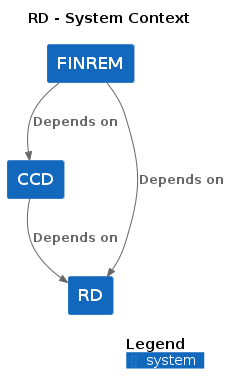
The PlantUML diagram docs/c4/rd/images/structurizr-rd-context.png in hmcts/cnp-api-docs, before a commit.
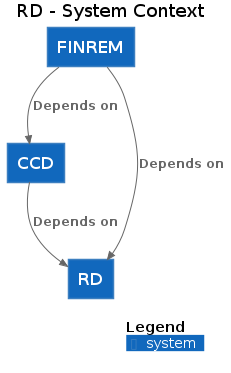
After the commit.

Change to the diagram source:
```diff
@@ -3,16 +3,16 @@
 
 top to bottom direction
 
-!include https://raw.githubusercontent.com/plantuml-stdlib/C4-PlantUML/master/C4.puml
-!include https://raw.githubusercontent.com/plantuml-stdlib/C4-PlantUML/master/C4_Context.puml
+!includeurl https://raw.githubusercontent.com/plantuml-stdlib/C4-PlantUML/master/C4.puml
+!includeurl https://raw.githubusercontent.com/plantuml-stdlib/C4-PlantUML/master/C4_Context.puml
 
-System(RD, "RD", "", $tags="")
-System(CCD, "CCD", "", $tags="")
-System(FINREM, "FINREM", "", $tags="")
+System(RD, "RD", "")
+System(CCD, "CCD", "")
+System(FINREM, "FINREM", "")
 
-Rel_D(CCD, RD, "Depends on", $tags="")
-Rel_D(FINREM, CCD, "Depends on", $tags="")
-Rel_D(FINREM, RD, "Depends on", $tags="")
+Rel_D(CCD, RD, "Depends on")
+Rel_D(FINREM, CCD, "Depends on")
+Rel_D(FINREM, RD, "Depends on")
 
 SHOW_DYNAMIC_LEGEND()
 @enduml
```
